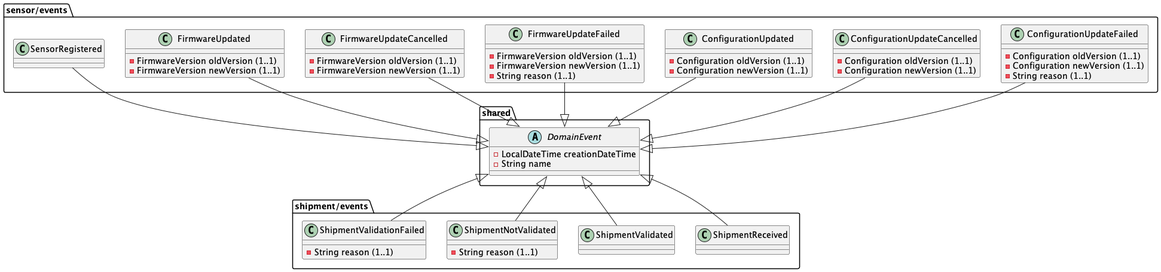
This is docs/images/DomainEvents.png from AboutCodingBE/validation-excercise, a PlantUML export, as it was before one commit.
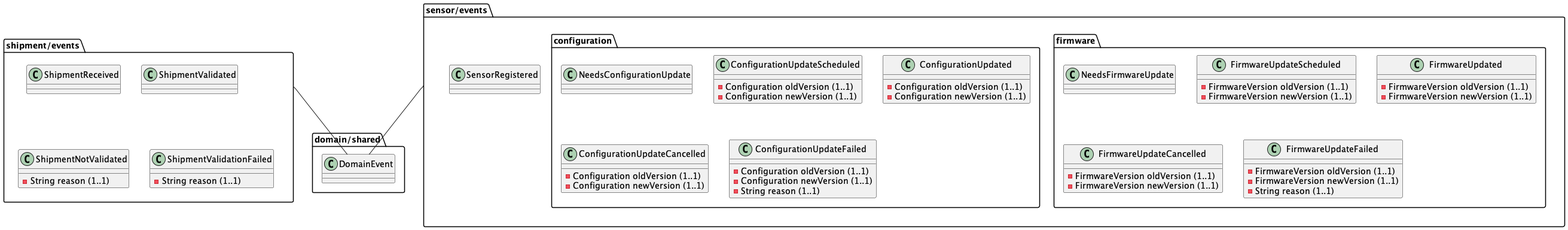
Later version of the same file.

Commit message:
update model, class diagram ClassDiagramScheduleTask.puml

Change to the diagram source:
```diff
@@ -1,13 +1,10 @@
 @startuml
 
-package shared {
-  abstract class DomainEvent {
-    -LocalDateTime creationDateTime
-    -String name
-  }
+package domain/shared as ds {
+  class DomainEvent
 }
 
-package shipment/events {
+package shipment/events as she {
   class ShipmentReceived {
   }
 
@@ -22,54 +19,64 @@
     -String reason (1..1)
   }
 
-  DomainEvent <|-down- ShipmentReceived
-  DomainEvent <|-down- ShipmentValidated
-  DomainEvent <|-down- ShipmentNotValidated
-  DomainEvent <|-down- ShipmentValidationFailed
 }
 
-package sensor/events {
+package sensor/events as see {
   class SensorRegistered {}
 
-  class FirmwareUpdated {
-    -FirmwareVersion oldVersion (1..1)
-    -FirmwareVersion newVersion (1..1)
+  package firmware {
+      class NeedsFirmwareUpdate
+
+      class FirmwareUpdateScheduled {
+        -FirmwareVersion oldVersion (1..1)
+        -FirmwareVersion newVersion (1..1)
+      }
+
+      class FirmwareUpdated {
+        -FirmwareVersion oldVersion (1..1)
+        -FirmwareVersion newVersion (1..1)
+      }
+
+      class FirmwareUpdateCancelled {
+        -FirmwareVersion oldVersion (1..1)
+        -FirmwareVersion newVersion (1..1)
+      }
+
+      class FirmwareUpdateFailed {
+        -FirmwareVersion oldVersion (1..1)
+        -FirmwareVersion newVersion (1..1)
+        -String reason (1..1)
+      }
   }
 
-  class FirmwareUpdateCancelled {
-    -FirmwareVersion oldVersion (1..1)
-    -FirmwareVersion newVersion (1..1)
+  package configuration {
+
+    class NeedsConfigurationUpdate
+
+    class ConfigurationUpdateScheduled {
+      -Configuration oldVersion (1..1)
+      -Configuration newVersion (1..1)
+    }
+
+    class ConfigurationUpdated {
+      -Configuration oldVersion (1..1)
+      -Configuration newVersion (1..1)
+    }
+
+    class ConfigurationUpdateCancelled {
+      -Configuration oldVersion (1..1)
+      -Configuration newVersion (1..1)
+    }
+
+    class ConfigurationUpdateFailed {
+      -Configuration oldVersion (1..1)
+      -Configuration newVersion (1..1)
+      -String reason (1..1)
+    }
   }
-
-  class FirmwareUpdateFailed {
-    -FirmwareVersion oldVersion (1..1)
-    -FirmwareVersion newVersion (1..1)
-    -String reason (1..1)
-  }
-
-  class ConfigurationUpdated {
-    -Configuration oldVersion (1..1)
-    -Configuration newVersion (1..1)
-  }
-
-  class ConfigurationUpdateCancelled {
-    -Configuration oldVersion (1..1)
-    -Configuration newVersion (1..1)
-  }
-
-  class ConfigurationUpdateFailed {
-    -Configuration oldVersion (1..1)
-    -Configuration newVersion (1..1)
-    -String reason (1..1)
-  }
-
-  DomainEvent <|-up- SensorRegistered
-  DomainEvent <|-up- FirmwareUpdated
-  DomainEvent <|-up- FirmwareUpdateCancelled
-  DomainEvent <|-up- FirmwareUpdateFailed
-  DomainEvent <|-up- ConfigurationUpdated
-  DomainEvent <|-up- ConfigurationUpdateCancelled
-  DomainEvent <|-up- ConfigurationUpdateFailed
 }
 
+she -- DomainEvent
+see -- DomainEvent
+
 @enduml
```
